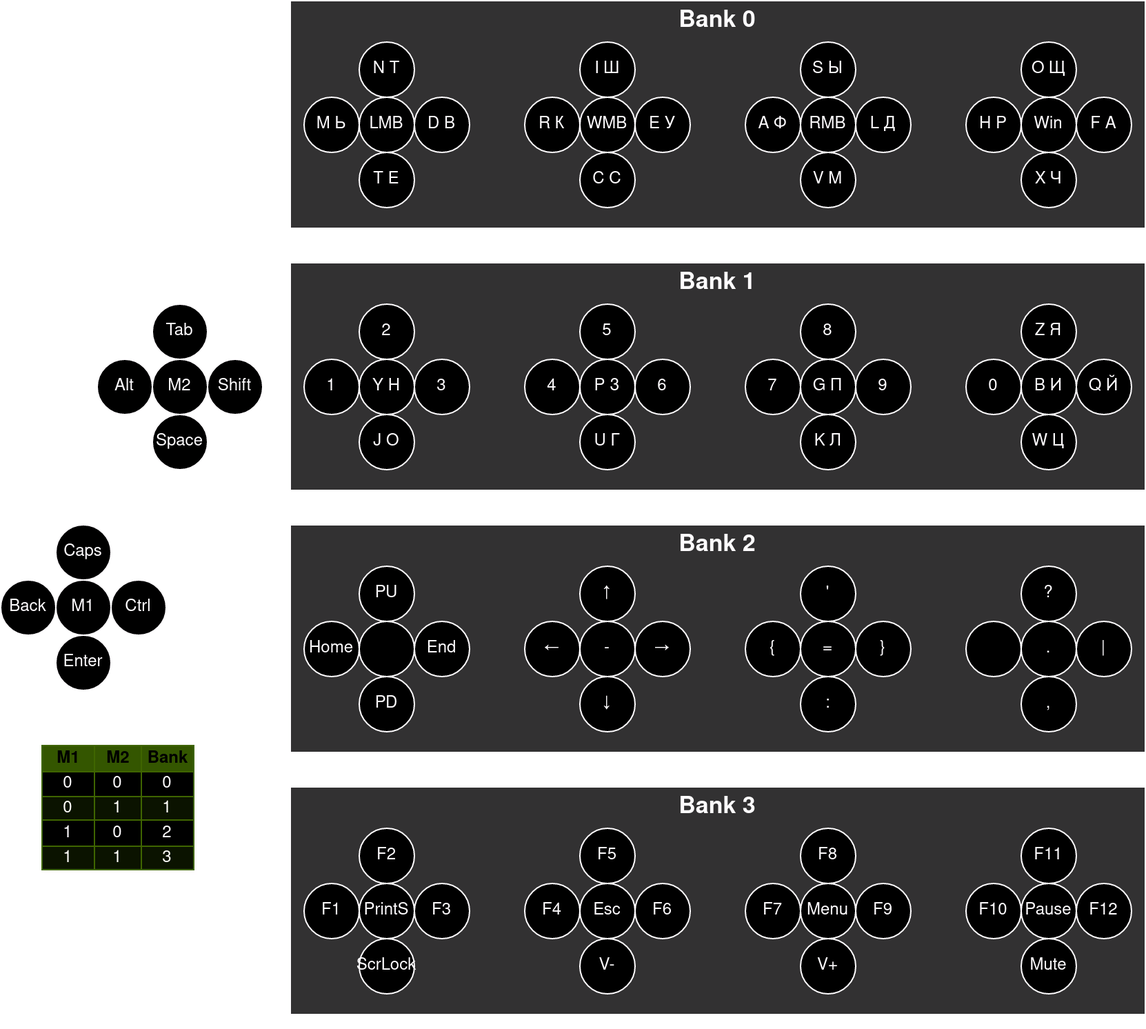
Above: docs/layout.png in ARDev1161/ThinkBoard (draw.io), before the change. Source tidied: cells renumbered, new cells last; positions are measured from the earlier drawing's top-left corner, leaving out a move shared by most shapes.
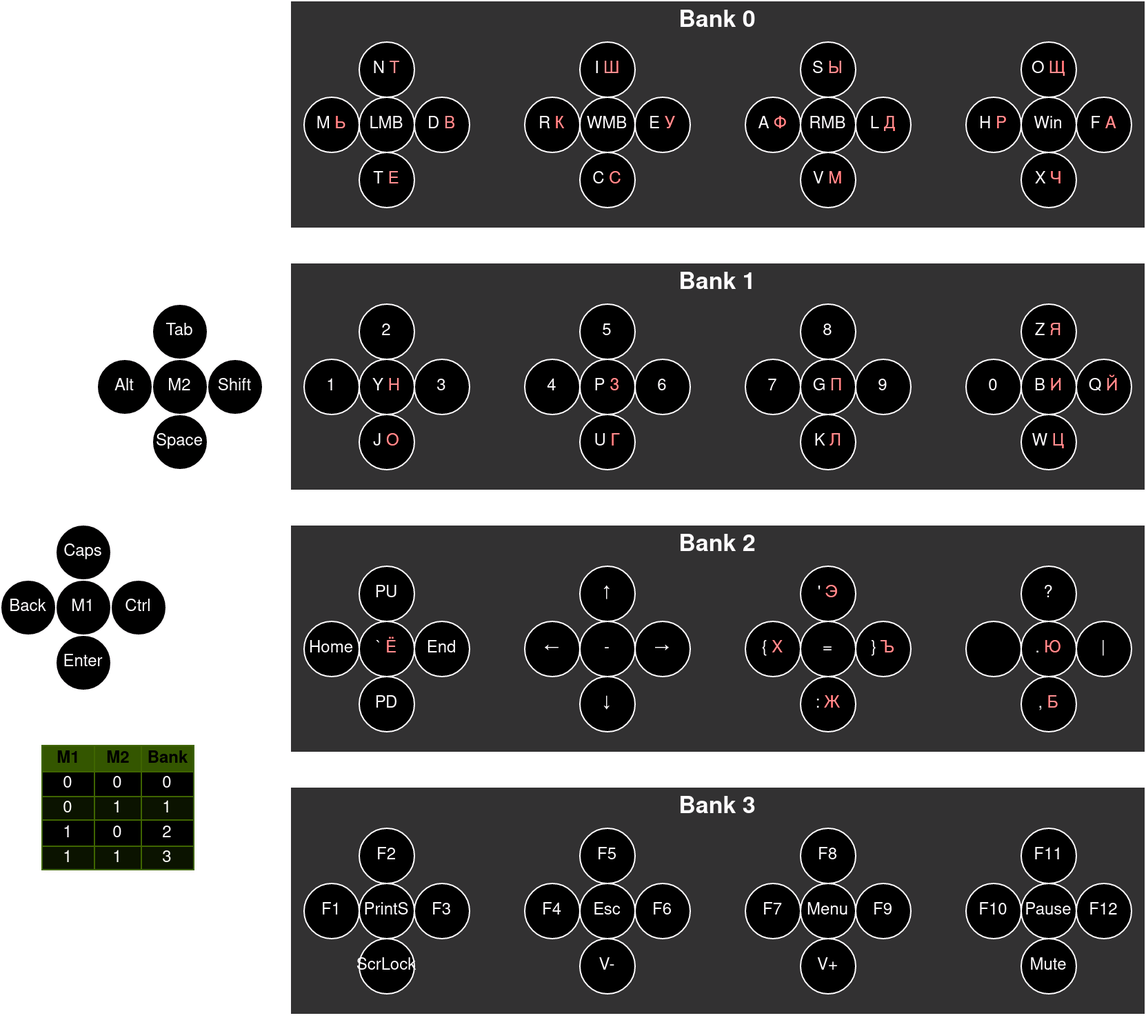
Above is the later version.

Commit message:
fix: fix mouse buttons proccessing & layout

What changed in the source:
```diff
@@ -262,3 +262,3 @@
     </mxCell>
-    <mxCell id="88" style="ellipse;whiteSpace=wrap;html=1;" parent="85" vertex="1">
+    <mxCell id="88" value="` &lt;font color=&quot;#ff0000&quot;&gt;Ё&lt;/font&gt;" style="ellipse;whiteSpace=wrap;html=1;" parent="85" vertex="1">
       <mxGeometry x="40" y="40" width="40" height="40" as="geometry" />
@@ -304,3 +304,3 @@
     </mxCell>
-    <mxCell id="102" value="'" style="ellipse;whiteSpace=wrap;html=1;" parent="101" vertex="1">
+    <mxCell id="102" value="' &lt;font color=&quot;#ff0000&quot;&gt;Э&lt;/font&gt;" style="ellipse;whiteSpace=wrap;html=1;" parent="101" vertex="1">
       <mxGeometry x="40" width="40" height="40" as="geometry" />
@@ -310,9 +310,9 @@
     </mxCell>
-    <mxCell id="104" value="{" style="ellipse;whiteSpace=wrap;html=1;" parent="101" vertex="1">
+    <mxCell id="104" value="{ &lt;font color=&quot;#ff0000&quot;&gt;Х&lt;/font&gt;" style="ellipse;whiteSpace=wrap;html=1;" parent="101" vertex="1">
       <mxGeometry y="40" width="40" height="40" as="geometry" />
     </mxCell>
-    <mxCell id="105" value="}" style="ellipse;whiteSpace=wrap;html=1;" parent="101" vertex="1">
+    <mxCell id="105" value="} &lt;font color=&quot;#ff0000&quot;&gt;Ъ&lt;/font&gt;" style="ellipse;whiteSpace=wrap;html=1;" parent="101" vertex="1">
       <mxGeometry x="80" y="40" width="40" height="40" as="geometry" />
     </mxCell>
-    <mxCell id="106" value=":" style="ellipse;whiteSpace=wrap;html=1;" parent="101" vertex="1">
+    <mxCell id="106" value=": &lt;font color=&quot;#ff0000&quot;&gt;Ж&lt;/font&gt;" style="ellipse;whiteSpace=wrap;html=1;" parent="101" vertex="1">
       <mxGeometry x="40" y="80" width="40" height="40" as="geometry" />
@@ -325,3 +325,3 @@
     </mxCell>
-    <mxCell id="109" value="." style="ellipse;whiteSpace=wrap;html=1;" parent="107" vertex="1">
+    <mxCell id="109" value=". &lt;font color=&quot;#ff0000&quot;&gt;Ю&lt;/font&gt;" style="ellipse;whiteSpace=wrap;html=1;" parent="107" vertex="1">
       <mxGeometry x="40" y="40" width="40" height="40" as="geometry" />
@@ -334,3 +334,3 @@
     </mxCell>
-    <mxCell id="112" value="," style="ellipse;whiteSpace=wrap;html=1;" parent="107" vertex="1">
+    <mxCell id="112" value=", &lt;font color=&quot;#ff0000&quot;&gt;Б&lt;/font&gt;" style="ellipse;whiteSpace=wrap;html=1;" parent="107" vertex="1">
       <mxGeometry x="40" y="80" width="40" height="40" as="geometry" />
@@ -361,3 +361,3 @@
     </mxCell>
-    <mxCell id="121" value="P З" style="text;html=1;strokeColor=none;fillColor=none;align=center;verticalAlign=middle;whiteSpace=wrap;rounded=0;" parent="117" vertex="1">
+    <mxCell id="121" value="P &lt;font color=&quot;#ff0000&quot;&gt;З&lt;/font&gt;" style="text;html=1;strokeColor=none;fillColor=none;align=center;verticalAlign=middle;whiteSpace=wrap;rounded=0;" parent="117" vertex="1">
       <mxGeometry x="40" y="40" width="40" height="40" as="geometry" />
@@ -379,3 +379,3 @@
     </mxCell>
-    <mxCell id="127" value="U Г" style="text;html=1;strokeColor=none;fillColor=none;align=center;verticalAlign=middle;whiteSpace=wrap;rounded=0;" parent="117" vertex="1">
+    <mxCell id="127" value="U &lt;font color=&quot;#ff0000&quot;&gt;Г&lt;/font&gt;" style="text;html=1;strokeColor=none;fillColor=none;align=center;verticalAlign=middle;whiteSpace=wrap;rounded=0;" parent="117" vertex="1">
       <mxGeometry x="40" y="80" width="40" height="40" as="geometry" />
@@ -409,6 +409,6 @@
     </mxCell>
-    <mxCell id="137" value="K Л" style="text;html=1;strokeColor=none;fillColor=none;align=center;verticalAlign=middle;whiteSpace=wrap;rounded=0;" parent="128" vertex="1">
+    <mxCell id="137" value="K &lt;font color=&quot;#ff0000&quot;&gt;Л&lt;/font&gt;" style="text;html=1;strokeColor=none;fillColor=none;align=center;verticalAlign=middle;whiteSpace=wrap;rounded=0;" parent="128" vertex="1">
       <mxGeometry x="40" y="80" width="40" height="40" as="geometry" />
     </mxCell>
-    <mxCell id="138" value="G П" style="text;html=1;strokeColor=none;fillColor=none;align=center;verticalAlign=middle;whiteSpace=wrap;rounded=0;" parent="128" vertex="1">
+    <mxCell id="138" value="G &lt;font color=&quot;#ff0000&quot;&gt;П&lt;/font&gt;" style="text;html=1;strokeColor=none;fillColor=none;align=center;verticalAlign=middle;whiteSpace=wrap;rounded=0;" parent="128" vertex="1">
       <mxGeometry x="40" y="40" width="40" height="40" as="geometry" />
@@ -418,3 +418,3 @@
     </mxCell>
-    <mxCell id="140" value="Z Я" style="ellipse;whiteSpace=wrap;html=1;" parent="139" vertex="1">
+    <mxCell id="140" value="Z &lt;font color=&quot;#ff0000&quot;&gt;Я&lt;/font&gt;" style="ellipse;whiteSpace=wrap;html=1;" parent="139" vertex="1">
       <mxGeometry x="40" width="40" height="40" as="geometry" />
@@ -430,3 +430,3 @@
     </mxCell>
-    <mxCell id="144" value="Q Й" style="ellipse;whiteSpace=wrap;html=1;" parent="139" vertex="1">
+    <mxCell id="144" value="Q &lt;font color=&quot;#ff0000&quot;&gt;Й&lt;/font&gt;" style="ellipse;whiteSpace=wrap;html=1;" parent="139" vertex="1">
       <mxGeometry x="80" y="40" width="40" height="40" as="geometry" />
@@ -436,6 +436,6 @@
     </mxCell>
-    <mxCell id="146" value="W Ц" style="text;html=1;strokeColor=none;fillColor=none;align=center;verticalAlign=middle;whiteSpace=wrap;rounded=0;" parent="139" vertex="1">
+    <mxCell id="146" value="W &lt;font color=&quot;#ff0000&quot;&gt;Ц&lt;/font&gt;" style="text;html=1;strokeColor=none;fillColor=none;align=center;verticalAlign=middle;whiteSpace=wrap;rounded=0;" parent="139" vertex="1">
       <mxGeometry x="40" y="80" width="40" height="40" as="geometry" />
     </mxCell>
-    <mxCell id="147" value="B И" style="text;html=1;strokeColor=none;fillColor=none;align=center;verticalAlign=middle;whiteSpace=wrap;rounded=0;" parent="139" vertex="1">
+    <mxCell id="147" value="B &lt;font color=&quot;#ff0000&quot;&gt;И&lt;/font&gt;" style="text;html=1;strokeColor=none;fillColor=none;align=center;verticalAlign=middle;whiteSpace=wrap;rounded=0;" parent="139" vertex="1">
       <mxGeometry x="40" y="40" width="40" height="40" as="geometry" />
@@ -469,6 +469,6 @@
     </mxCell>
-    <mxCell id="157" value="J О" style="text;html=1;strokeColor=none;fillColor=none;align=center;verticalAlign=middle;whiteSpace=wrap;rounded=0;" parent="148" vertex="1">
+    <mxCell id="157" value="J &lt;font color=&quot;#ff0000&quot;&gt;О&lt;/font&gt;" style="text;html=1;strokeColor=none;fillColor=none;align=center;verticalAlign=middle;whiteSpace=wrap;rounded=0;" parent="148" vertex="1">
       <mxGeometry x="40" y="80" width="40" height="40" as="geometry" />
     </mxCell>
-    <mxCell id="158" value="Y Н" style="text;html=1;strokeColor=none;fillColor=none;align=center;verticalAlign=middle;whiteSpace=wrap;rounded=0;" parent="148" vertex="1">
+    <mxCell id="158" value="Y &lt;font color=&quot;#ff0000&quot;&gt;Н&lt;/font&gt;" style="text;html=1;strokeColor=none;fillColor=none;align=center;verticalAlign=middle;whiteSpace=wrap;rounded=0;" parent="148" vertex="1">
       <mxGeometry x="40" y="40" width="40" height="40" as="geometry" />
@@ -493,3 +493,3 @@
     </mxCell>
-    <mxCell id="165" value="I Ш" style="text;html=1;strokeColor=none;fillColor=none;align=center;verticalAlign=middle;whiteSpace=wrap;rounded=0;" parent="163" vertex="1">
+    <mxCell id="165" value="I &lt;font color=&quot;#ff0000&quot;&gt;Ш&lt;/font&gt;" style="text;html=1;strokeColor=none;fillColor=none;align=center;verticalAlign=middle;whiteSpace=wrap;rounded=0;" parent="163" vertex="1">
       <mxGeometry x="40" width="40" height="40" as="geometry" />
@@ -502,3 +502,3 @@
     </mxCell>
-    <mxCell id="168" value="R К" style="text;html=1;strokeColor=none;fillColor=none;align=center;verticalAlign=middle;whiteSpace=wrap;rounded=0;" parent="163" vertex="1">
+    <mxCell id="168" value="R &lt;font color=&quot;#ff0000&quot;&gt;К&lt;/font&gt;" style="text;html=1;strokeColor=none;fillColor=none;align=center;verticalAlign=middle;whiteSpace=wrap;rounded=0;" parent="163" vertex="1">
       <mxGeometry y="40" width="40" height="40" as="geometry" />
@@ -508,3 +508,3 @@
     </mxCell>
-    <mxCell id="170" value="E У" style="text;html=1;strokeColor=none;fillColor=none;align=center;verticalAlign=middle;whiteSpace=wrap;rounded=0;" parent="163" vertex="1">
+    <mxCell id="170" value="E &lt;font color=&quot;#ff0000&quot;&gt;У&lt;/font&gt;" style="text;html=1;strokeColor=none;fillColor=none;align=center;verticalAlign=middle;whiteSpace=wrap;rounded=0;" parent="163" vertex="1">
       <mxGeometry x="80" y="40" width="40" height="40" as="geometry" />
@@ -514,3 +514,3 @@
     </mxCell>
-    <mxCell id="172" value="C С" style="text;html=1;strokeColor=none;fillColor=none;align=center;verticalAlign=middle;whiteSpace=wrap;rounded=0;" parent="163" vertex="1">
+    <mxCell id="172" value="C &lt;font color=&quot;#ff0000&quot;&gt;С&lt;/font&gt;" style="text;html=1;strokeColor=none;fillColor=none;align=center;verticalAlign=middle;whiteSpace=wrap;rounded=0;" parent="163" vertex="1">
       <mxGeometry x="40" y="80" width="40" height="40" as="geometry" />
@@ -526,3 +526,3 @@
     </mxCell>
-    <mxCell id="176" value="S Ы" style="text;html=1;strokeColor=none;fillColor=none;align=center;verticalAlign=middle;whiteSpace=wrap;rounded=0;" parent="174" vertex="1">
+    <mxCell id="176" value="S &lt;font color=&quot;#ff0000&quot;&gt;Ы&lt;/font&gt;" style="text;html=1;strokeColor=none;fillColor=none;align=center;verticalAlign=middle;whiteSpace=wrap;rounded=0;" parent="174" vertex="1">
       <mxGeometry x="40" width="40" height="40" as="geometry" />
@@ -535,3 +535,3 @@
     </mxCell>
-    <mxCell id="179" value="A Ф" style="text;html=1;strokeColor=none;fillColor=none;align=center;verticalAlign=middle;whiteSpace=wrap;rounded=0;" parent="174" vertex="1">
+    <mxCell id="179" value="A &lt;font color=&quot;#ff0000&quot;&gt;Ф&lt;/font&gt;" style="text;html=1;strokeColor=none;fillColor=none;align=center;verticalAlign=middle;whiteSpace=wrap;rounded=0;" parent="174" vertex="1">
       <mxGeometry y="40" width="40" height="40" as="geometry" />
@@ -541,3 +541,3 @@
     </mxCell>
-    <mxCell id="181" value="L Д" style="text;html=1;strokeColor=none;fillColor=none;align=center;verticalAlign=middle;whiteSpace=wrap;rounded=0;" parent="174" vertex="1">
+    <mxCell id="181" value="L &lt;font color=&quot;#ff0000&quot;&gt;Д&lt;/font&gt;" style="text;html=1;strokeColor=none;fillColor=none;align=center;verticalAlign=middle;whiteSpace=wrap;rounded=0;" parent="174" vertex="1">
       <mxGeometry x="80" y="40" width="40" height="40" as="geometry" />
@@ -547,3 +547,3 @@
     </mxCell>
-    <mxCell id="183" value="V М" style="text;html=1;strokeColor=none;fillColor=none;align=center;verticalAlign=middle;whiteSpace=wrap;rounded=0;" parent="174" vertex="1">
+    <mxCell id="183" value="V &lt;font color=&quot;#ff0000&quot;&gt;М&lt;/font&gt;" style="text;html=1;strokeColor=none;fillColor=none;align=center;verticalAlign=middle;whiteSpace=wrap;rounded=0;" parent="174" vertex="1">
       <mxGeometry x="40" y="80" width="40" height="40" as="geometry" />
@@ -559,3 +559,3 @@
     </mxCell>
-    <mxCell id="187" value="O Щ" style="text;html=1;strokeColor=none;fillColor=none;align=center;verticalAlign=middle;whiteSpace=wrap;rounded=0;" parent="185" vertex="1">
+    <mxCell id="187" value="O &lt;font color=&quot;#ff0000&quot;&gt;Щ&lt;/font&gt;" style="text;html=1;strokeColor=none;fillColor=none;align=center;verticalAlign=middle;whiteSpace=wrap;rounded=0;" parent="185" vertex="1">
       <mxGeometry x="40" width="40" height="40" as="geometry" />
@@ -568,3 +568,3 @@
     </mxCell>
-    <mxCell id="190" value="H Р" style="text;html=1;strokeColor=none;fillColor=none;align=center;verticalAlign=middle;whiteSpace=wrap;rounded=0;" parent="185" vertex="1">
+    <mxCell id="190" value="H &lt;font color=&quot;#ff0000&quot;&gt;Р&lt;/font&gt;" style="text;html=1;strokeColor=none;fillColor=none;align=center;verticalAlign=middle;whiteSpace=wrap;rounded=0;" parent="185" vertex="1">
       <mxGeometry y="40" width="40" height="40" as="geometry" />
@@ -574,3 +574,3 @@
     </mxCell>
-    <mxCell id="192" value="F А" style="text;html=1;strokeColor=none;fillColor=none;align=center;verticalAlign=middle;whiteSpace=wrap;rounded=0;" parent="185" vertex="1">
+    <mxCell id="192" value="F &lt;font color=&quot;#ff0000&quot;&gt;А&lt;/font&gt;" style="text;html=1;strokeColor=none;fillColor=none;align=center;verticalAlign=middle;whiteSpace=wrap;rounded=0;" parent="185" vertex="1">
       <mxGeometry x="80" y="40" width="40" height="40" as="geometry" />
@@ -580,3 +580,3 @@
     </mxCell>
-    <mxCell id="194" value="X Ч" style="text;html=1;strokeColor=none;fillColor=none;align=center;verticalAlign=middle;whiteSpace=wrap;rounded=0;" parent="185" vertex="1">
+    <mxCell id="194" value="X &lt;font color=&quot;#ff0000&quot;&gt;Ч&lt;/font&gt;" style="text;html=1;strokeColor=none;fillColor=none;align=center;verticalAlign=middle;whiteSpace=wrap;rounded=0;" parent="185" vertex="1">
       <mxGeometry x="40" y="80" width="40" height="40" as="geometry" />
@@ -589,3 +589,3 @@
     </mxCell>
-    <mxCell id="197" value="N Т" style="text;html=1;strokeColor=none;fillColor=none;align=center;verticalAlign=middle;whiteSpace=wrap;rounded=0;" parent="195" vertex="1">
+    <mxCell id="197" value="N &lt;font color=&quot;#ff0000&quot;&gt;Т&lt;/font&gt;" style="text;html=1;strokeColor=none;fillColor=none;align=center;verticalAlign=middle;whiteSpace=wrap;rounded=0;" parent="195" vertex="1">
       <mxGeometry x="40" width="40" height="40" as="geometry" />
@@ -598,3 +598,3 @@
     </mxCell>
-    <mxCell id="200" value="M Ь" style="text;html=1;strokeColor=none;fillColor=none;align=center;verticalAlign=middle;whiteSpace=wrap;rounded=0;" parent="195" vertex="1">
+    <mxCell id="200" value="M &lt;font color=&quot;#ff0000&quot;&gt;Ь&lt;/font&gt;" style="text;html=1;strokeColor=none;fillColor=none;align=center;verticalAlign=middle;whiteSpace=wrap;rounded=0;" parent="195" vertex="1">
       <mxGeometry y="40" width="40" height="40" as="geometry" />
@@ -604,3 +604,3 @@
     </mxCell>
-    <mxCell id="202" value="D В" style="text;html=1;strokeColor=none;fillColor=none;align=center;verticalAlign=middle;whiteSpace=wrap;rounded=0;" parent="195" vertex="1">
+    <mxCell id="202" value="D &lt;font color=&quot;#ff0000&quot;&gt;В&lt;/font&gt;" style="text;html=1;strokeColor=none;fillColor=none;align=center;verticalAlign=middle;whiteSpace=wrap;rounded=0;" parent="195" vertex="1">
       <mxGeometry x="80" y="40" width="40" height="40" as="geometry" />
@@ -610,3 +610,3 @@
     </mxCell>
-    <mxCell id="204" value="T Е" style="text;html=1;strokeColor=none;fillColor=none;align=center;verticalAlign=middle;whiteSpace=wrap;rounded=0;" parent="195" vertex="1">
+    <mxCell id="204" value="T &lt;font color=&quot;#ff0000&quot;&gt;Е&lt;/font&gt;" style="text;html=1;strokeColor=none;fillColor=none;align=center;verticalAlign=middle;whiteSpace=wrap;rounded=0;" parent="195" vertex="1">
       <mxGeometry x="40" y="80" width="40" height="40" as="geometry" />
```
